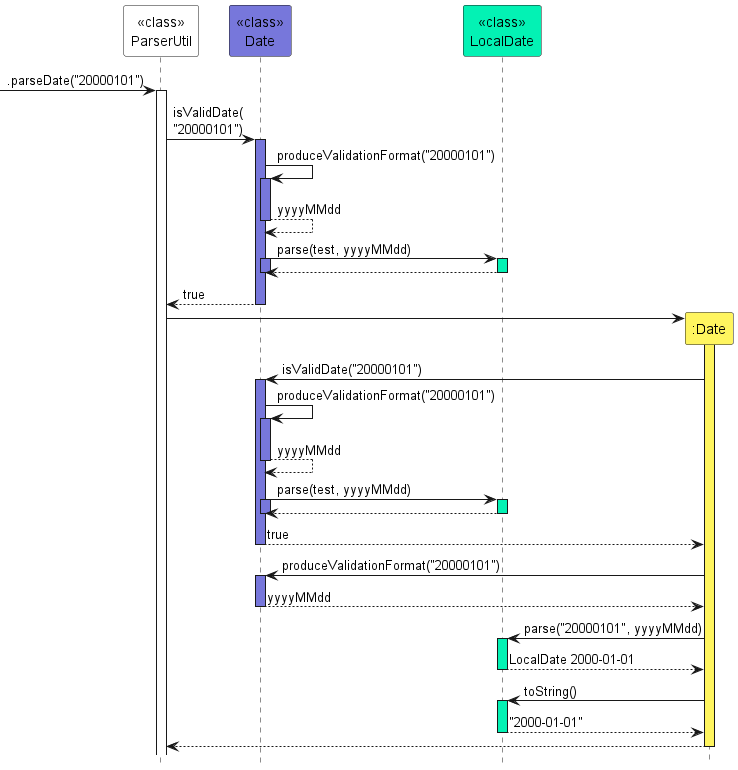
nus-cs2103-AY2223S2/tp keeps this PlantUML diagram as docs/images/EditDateParsingSequenceDiagram.png. Above is the earlier version.
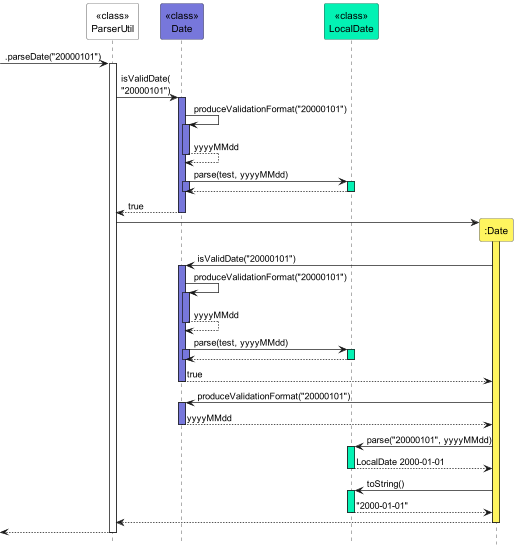
The same file after the commit.

What changed in the source:
```diff
@@ -1,8 +1,6 @@
 @startuml
-!include Style.puml
+!include StyleHY.puml
 hide footbox
-
-
 
 
 
@@ -74,4 +72,7 @@
 deactivate DATE COL2
 D --> PU
 deactivate D COL1
+
+<-- PU
+deactivate PU
 @enduml
```
